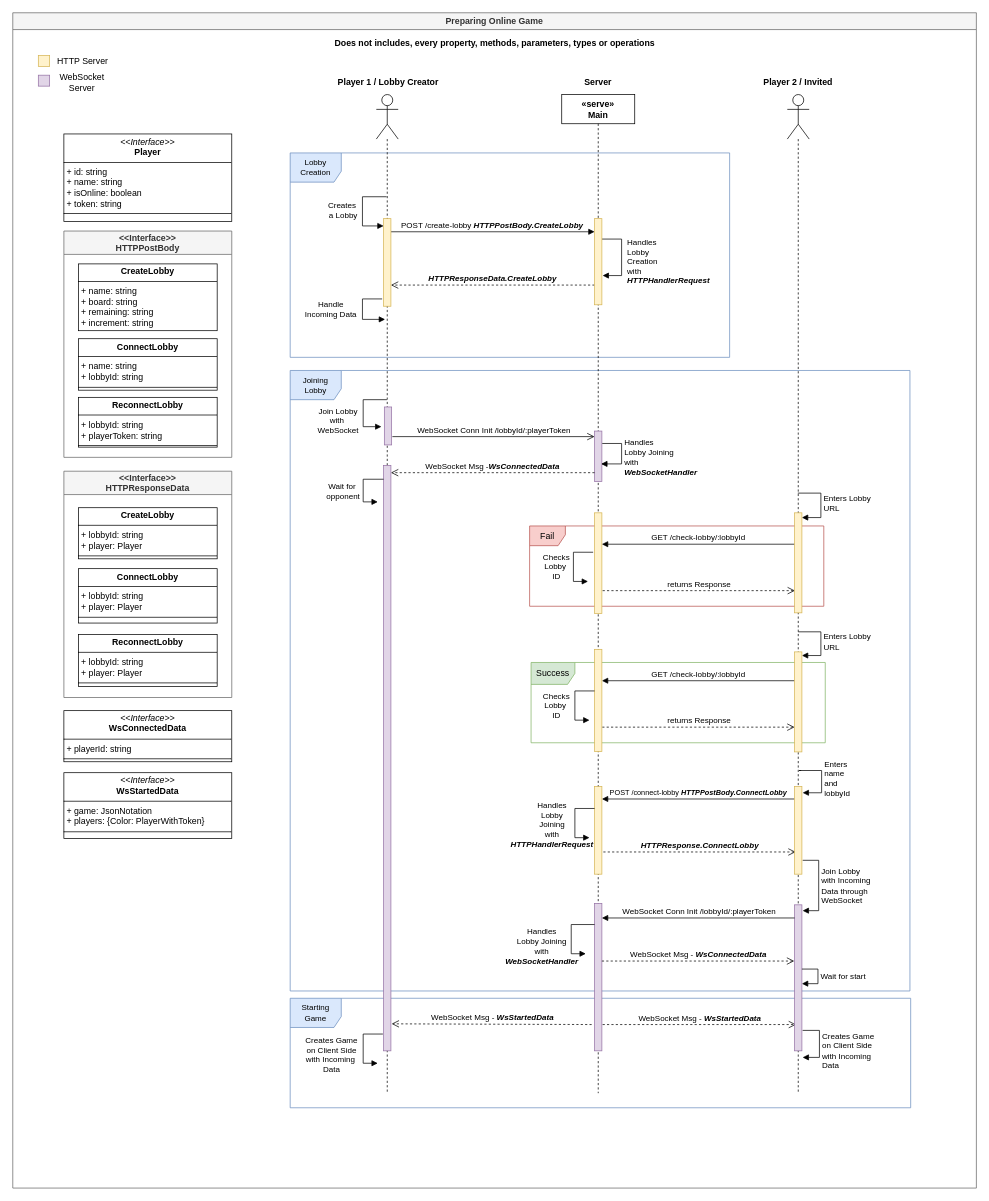
Above: page "Preparing-Online-Game" (3 of 5) of docs/chess-platform.drawio in bberkay/chess (draw.io), before the change. Source tidied: cells renumbered, new cells numbered last; positions are measured from the earlier drawing's top-left corner, leaving out a move shared by most shapes. Both pictures are drawn from the tidied source at 73%, with x=0, y=0 at pixel (12, 12).
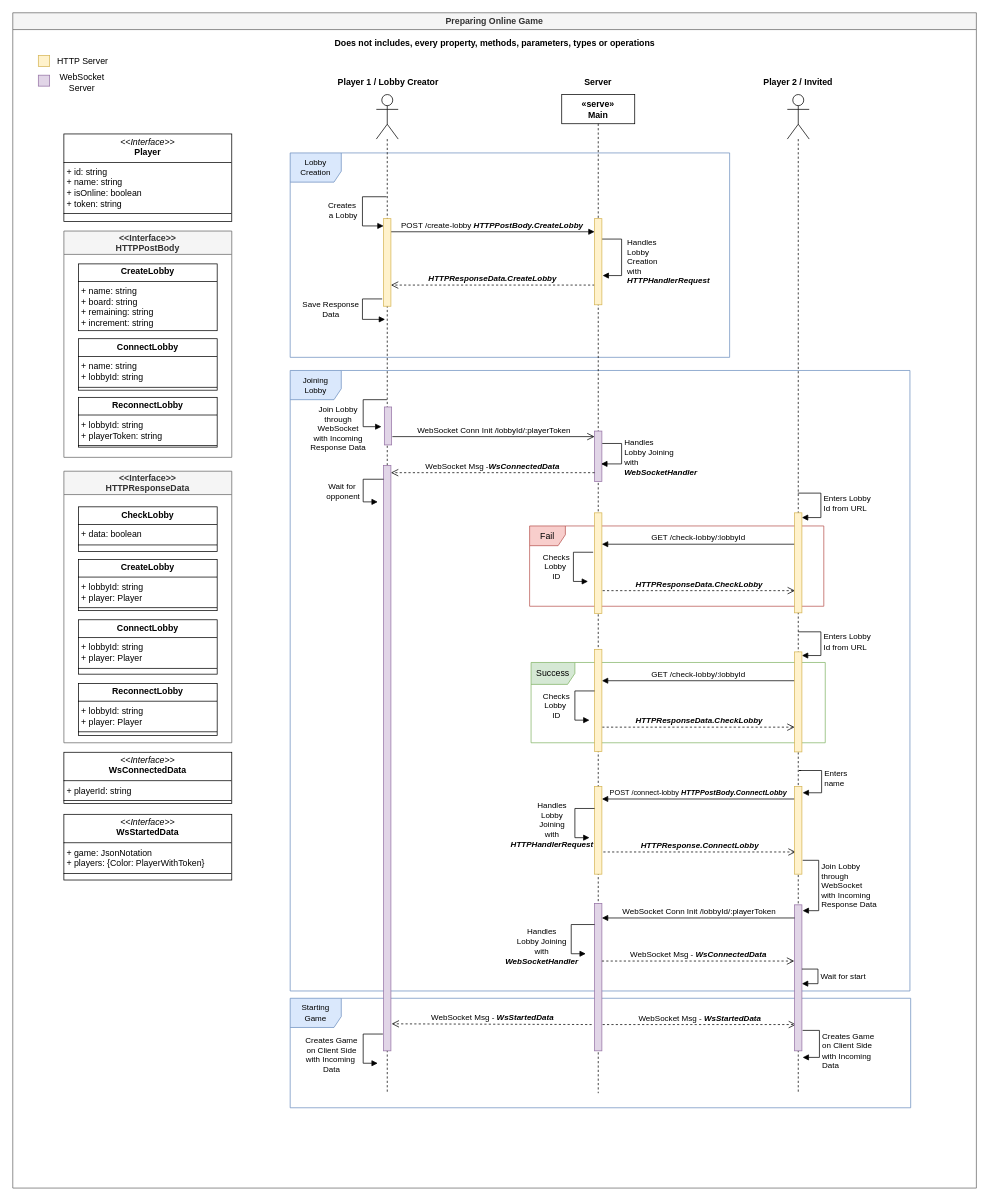
Above is the later version.

The change refers to these unchanged cells:
```xml
<mxCell id="2" value="Preparing Online Game" style="swimlane;fillColor=#f5f5f5;fontColor=#333333;strokeColor=#666666;" parent="1" vertex="1">
  <mxGeometry width="1320" height="1610" as="geometry" />
</mxCell>
```

Change to the diagram source:
```diff
@@
-    <mxCell id="23" value="returns Response" style="html=1;verticalAlign=bottom;endArrow=open;dashed=1;endSize=8;curved=0;rounded=0;exitX=1;exitY=1;exitDx=0;exitDy=-5;" parent="2" edge="1">
+    <mxCell id="23" value="&lt;i&gt;&lt;b&gt;HTTPResponseData.CheckLobby&lt;/b&gt;&lt;/i&gt;" style="html=1;verticalAlign=bottom;endArrow=open;dashed=1;endSize=8;curved=0;rounded=0;exitX=1;exitY=1;exitDx=0;exitDy=-5;" parent="2" edge="1">
       <mxGeometry relative="1" as="geometry">
         <mxPoint x="808" y="791.6" as="sourcePoint" />
         <mxPoint x="1071.5" y="791.6" as="targetPoint" />
       </mxGeometry>
     </mxCell>
@@
     <mxCell id="25" value="&lt;p style=&quot;margin:0px;margin-top:4px;text-align:center;&quot;&gt;&lt;i&gt;&amp;lt;&amp;lt;Interface&amp;gt;&amp;gt;&lt;/i&gt;&lt;br&gt;&lt;b&gt;WsStartedData&lt;/b&gt;&lt;/p&gt;&lt;hr size=&quot;1&quot; style=&quot;border-style:solid;&quot;&gt;&lt;p style=&quot;margin:0px;margin-left:4px;&quot;&gt;+ game: JsonNotation&lt;br&gt;+ players: {Color: PlayerWithToken}&lt;/p&gt;&lt;hr size=&quot;1&quot; style=&quot;border-style:solid;&quot;&gt;" style="verticalAlign=top;align=left;overflow=fill;html=1;whiteSpace=wrap;" parent="2" vertex="1">
-      <mxGeometry x="70" y="1041" width="230" height="90" as="geometry" />
+      <mxGeometry x="70" y="1098" width="230" height="90" as="geometry" />
     </mxCell>
     <mxCell id="26" value="&lt;p style=&quot;margin:0px;margin-top:4px;text-align:center;&quot;&gt;&lt;i&gt;&amp;lt;&amp;lt;Interface&amp;gt;&amp;gt;&lt;/i&gt;&lt;br&gt;&lt;b&gt;WsConnectedData&lt;/b&gt;&lt;/p&gt;&lt;hr size=&quot;1&quot; style=&quot;border-style:solid;&quot;&gt;&lt;p style=&quot;margin:0px;margin-left:4px;&quot;&gt;+ playerId: string&lt;/p&gt;&lt;hr size=&quot;1&quot; style=&quot;border-style:solid;&quot;&gt;" style="verticalAlign=top;align=left;overflow=fill;html=1;whiteSpace=wrap;" parent="2" vertex="1">
-      <mxGeometry x="70" y="956" width="230" height="70" as="geometry" />
+      <mxGeometry x="70" y="1013" width="230" height="70" as="geometry" />
     </mxCell>
@@
-    <mxCell id="29" value="&lt;div&gt;Join Lobby&amp;nbsp;&lt;/div&gt;&lt;div&gt;with Incoming&lt;/div&gt;&lt;div&gt;Data through&lt;/div&gt;&lt;div&gt;WebSocket&lt;/div&gt;" style="html=1;align=left;spacingLeft=2;endArrow=block;rounded=0;edgeStyle=orthogonalEdgeStyle;curved=0;rounded=0;" parent="2" edge="1">
+    <mxCell id="29" value="&lt;div&gt;Join Lobby&lt;/div&gt;&lt;div&gt;through&lt;/div&gt;&lt;div&gt;WebSocket&lt;/div&gt;&lt;div&gt;with Incoming&lt;/div&gt;&lt;div&gt;Response Data&lt;/div&gt;" style="html=1;align=left;spacingLeft=2;endArrow=block;rounded=0;edgeStyle=orthogonalEdgeStyle;curved=0;rounded=0;" parent="2" edge="1">
       <mxGeometry x="0.01" relative="1" as="geometry">
         <mxPoint x="1082" y="1161" as="sourcePoint" />
         <mxPoint x="1082" y="1230" as="targetPoint" />
         <Array as="points">
           <mxPoint x="1104" y="1161" />
           <mxPoint x="1104" y="1230" />
           <mxPoint x="1082" y="1230" />
         </Array>
       </mxGeometry>
     </mxCell>
@@
-    <mxCell id="38" value="&lt;div&gt;Enters Lobby&amp;nbsp;&lt;/div&gt;&lt;div&gt;URL&lt;br&gt;&lt;/div&gt;" style="html=1;align=left;spacingLeft=2;endArrow=block;rounded=0;edgeStyle=orthogonalEdgeStyle;curved=0;rounded=0;" parent="2" edge="1">
+    <mxCell id="38" value="&lt;div&gt;Enters Lobby&amp;nbsp;&lt;/div&gt;&lt;div&gt;Id from URL&lt;/div&gt;" style="html=1;align=left;spacingLeft=2;endArrow=block;rounded=0;edgeStyle=orthogonalEdgeStyle;curved=0;rounded=0;" parent="2" edge="1">
       <mxGeometry relative="1" as="geometry">
         <mxPoint x="1076" y="848" as="sourcePoint" />
         <mxPoint x="1081" y="880.5" as="targetPoint" />
         <Array as="points">
           <mxPoint x="1076" y="848" />
           <mxPoint x="1107" y="848" />
           <mxPoint x="1107" y="881" />
         </Array>
       </mxGeometry>
     </mxCell>
@@
-    <mxCell id="41" value="&lt;div&gt;Enters Lobby&amp;nbsp;&lt;/div&gt;&lt;div&gt;URL&lt;br&gt;&lt;/div&gt;" style="html=1;align=left;spacingLeft=2;endArrow=block;rounded=0;edgeStyle=orthogonalEdgeStyle;curved=0;rounded=0;" parent="2" edge="1">
+    <mxCell id="41" value="&lt;div&gt;Enters Lobby&amp;nbsp;&lt;/div&gt;&lt;div&gt;Id from URL&lt;/div&gt;" style="html=1;align=left;spacingLeft=2;endArrow=block;rounded=0;edgeStyle=orthogonalEdgeStyle;curved=0;rounded=0;" parent="2" edge="1">
       <mxGeometry x="0.01" relative="1" as="geometry">
         <mxPoint x="1075.4" y="658" as="sourcePoint" />
         <mxPoint x="1081" y="691.5" as="targetPoint" />
         <Array as="points">
           <mxPoint x="1107" y="658" />
           <mxPoint x="1107" y="692" />
         </Array>
       </mxGeometry>
     </mxCell>
@@
-    <mxCell id="43" value="&lt;div&gt;Enters&lt;/div&gt;&lt;div&gt;name&amp;nbsp;&lt;/div&gt;&lt;div&gt;and&lt;/div&gt;&lt;div&gt;lobbyId&lt;/div&gt;" style="html=1;align=left;spacingLeft=2;endArrow=block;rounded=0;edgeStyle=orthogonalEdgeStyle;curved=0;rounded=0;" parent="2" edge="1">
+    <mxCell id="43" value="&lt;div&gt;Enters&lt;/div&gt;&lt;div&gt;name&amp;nbsp;&lt;/div&gt;" style="html=1;align=left;spacingLeft=2;endArrow=block;rounded=0;edgeStyle=orthogonalEdgeStyle;curved=0;rounded=0;" parent="2" edge="1">
       <mxGeometry relative="1" as="geometry">
         <mxPoint x="1080" y="1038" as="sourcePoint" />
         <mxPoint x="1082" y="1068.5" as="targetPoint" />
         <Array as="points">
           <mxPoint x="1077" y="1038" />
           <mxPoint x="1108" y="1038" />
           <mxPoint x="1108" y="1069" />
         </Array>
       </mxGeometry>
     </mxCell>
@@
-    <mxCell id="50" value="&lt;div align=&quot;center&quot;&gt;Handle&lt;/div&gt;&lt;div align=&quot;center&quot;&gt;Incoming Data&lt;br&gt;&lt;/div&gt;" style="text;html=1;align=center;verticalAlign=middle;whiteSpace=wrap;rounded=0;fontSize=11;" parent="2" vertex="1">
+    <mxCell id="50" value="Save Response Data" style="text;html=1;align=center;verticalAlign=middle;whiteSpace=wrap;rounded=0;fontSize=11;" parent="2" vertex="1">
       <mxGeometry x="394" y="390" width="84" height="31" as="geometry" />
     </mxCell>
@@
-    <mxCell id="55" value="returns Response" style="html=1;verticalAlign=bottom;endArrow=open;dashed=1;endSize=8;curved=0;rounded=0;exitX=1;exitY=1;exitDx=0;exitDy=-5;" parent="2" edge="1">
+    <mxCell id="55" value="&lt;i&gt;&lt;b&gt;HTTPResponseData.&lt;/b&gt;&lt;/i&gt;&lt;i&gt;&lt;b&gt;CheckLobby&lt;/b&gt;&lt;/i&gt;" style="html=1;verticalAlign=bottom;endArrow=open;dashed=1;endSize=8;curved=0;rounded=0;exitX=1;exitY=1;exitDx=0;exitDy=-5;" parent="2" edge="1">
       <mxGeometry relative="1" as="geometry">
         <mxPoint x="807.5" y="978.6" as="sourcePoint" />
         <mxPoint x="1071" y="978.6" as="targetPoint" />
       </mxGeometry>
     </mxCell>
     <mxCell id="56" value="&lt;&lt;Interface&gt;&gt;&#10;HTTPResponseData" style="swimlane;startSize=32;fillColor=#f5f5f5;fontColor=#333333;strokeColor=#666666;" parent="2" vertex="1">
-      <mxGeometry x="70" y="628" width="230" height="310" as="geometry" />
+      <mxGeometry x="70" y="628" width="230" height="372" as="geometry" />
     </mxCell>
-    <mxCell id="57" value="&lt;p style=&quot;margin:0px;margin-top:4px;text-align:center;&quot;&gt;&lt;b&gt;CreateLobby&lt;/b&gt;&lt;/p&gt;&lt;hr size=&quot;1&quot; style=&quot;border-style:solid;&quot;&gt;&lt;p style=&quot;margin:0px;margin-left:4px;&quot;&gt;+ lobbyId: string&lt;br&gt;+ player: Player&lt;/p&gt;&lt;hr size=&quot;1&quot; style=&quot;border-style:solid;&quot;&gt;" style="verticalAlign=top;align=left;overflow=fill;html=1;whiteSpace=wrap;" parent="56" vertex="1">
-      <mxGeometry x="20" y="50" width="190" height="70" as="geometry" />
-    </mxCell>
-    <mxCell id="58" value="&lt;p style=&quot;margin:0px;margin-top:4px;text-align:center;&quot;&gt;&lt;b&gt;ConnectLobby&lt;/b&gt;&lt;/p&gt;&lt;hr size=&quot;1&quot; style=&quot;border-style:solid;&quot;&gt;&lt;p style=&quot;margin:0px;margin-left:4px;&quot;&gt;+ lobbyId: string&lt;br&gt;+ player: Player&lt;/p&gt;&lt;hr size=&quot;1&quot; style=&quot;border-style:solid;&quot;&gt;" style="verticalAlign=top;align=left;overflow=fill;html=1;whiteSpace=wrap;" parent="56" vertex="1">
-      <mxGeometry x="20" y="133.5" width="190" height="74.5" as="geometry" />
-    </mxCell>
-    <mxCell id="59" value="&lt;p style=&quot;margin:0px;margin-top:4px;text-align:center;&quot;&gt;&lt;b&gt;ReconnectLobby&lt;/b&gt;&lt;/p&gt;&lt;hr size=&quot;1&quot; style=&quot;border-style:solid;&quot;&gt;&lt;p style=&quot;margin:0px;margin-left:4px;&quot;&gt;+ lobbyId: string&lt;br&gt;+ player: Player&lt;/p&gt;&lt;hr size=&quot;1&quot; style=&quot;border-style:solid;&quot;&gt;" style="verticalAlign=top;align=left;overflow=fill;html=1;whiteSpace=wrap;" parent="56" vertex="1">
-      <mxGeometry x="20" y="223.8" width="190" height="71.2" as="geometry" />
-    </mxCell>
+    <mxCell id="83" value="&lt;p style=&quot;margin:0px;margin-top:4px;text-align:center;&quot;&gt;&lt;b&gt;CheckLobby&lt;/b&gt;&lt;/p&gt;&lt;hr size=&quot;1&quot; style=&quot;border-style:solid;&quot;&gt;&lt;p style=&quot;margin:0px;margin-left:4px;&quot;&gt;+ data: boolean&lt;/p&gt;&lt;hr size=&quot;1&quot; style=&quot;border-style:solid;&quot;&gt;" style="verticalAlign=top;align=left;overflow=fill;html=1;whiteSpace=wrap;" parent="56" vertex="1">
+      <mxGeometry x="20" y="48.8" width="190" height="61.2" as="geometry" />
+    </mxCell>
@@
-    <mxCell id="68" value="&lt;div&gt;Join Lobby&lt;/div&gt;&lt;div&gt;with&amp;nbsp;&lt;/div&gt;&lt;div&gt;WebSocket&lt;/div&gt;" style="text;html=1;align=center;verticalAlign=middle;whiteSpace=wrap;rounded=0;fontSize=11;" parent="2" vertex="1">
-      <mxGeometry x="404" y="543" width="84" height="31" as="geometry" />
+    <mxCell id="68" value="&lt;div&gt;Join Lobby&lt;/div&gt;&lt;div&gt;through&lt;/div&gt;&lt;div&gt;WebSocket&lt;/div&gt;&lt;div&gt;with Incoming Response Data&lt;/div&gt;" style="text;html=1;align=center;verticalAlign=middle;whiteSpace=wrap;rounded=0;fontSize=11;" parent="2" vertex="1">
+      <mxGeometry x="404" y="554" width="84" height="31" as="geometry" />
     </mxCell>
@@
+    <mxCell id="57" value="&lt;p style=&quot;margin:0px;margin-top:4px;text-align:center;&quot;&gt;&lt;b&gt;CreateLobby&lt;/b&gt;&lt;/p&gt;&lt;hr size=&quot;1&quot; style=&quot;border-style:solid;&quot;&gt;&lt;p style=&quot;margin:0px;margin-left:4px;&quot;&gt;+ lobbyId: string&lt;br&gt;+ player: Player&lt;/p&gt;&lt;hr size=&quot;1&quot; style=&quot;border-style:solid;&quot;&gt;" style="verticalAlign=top;align=left;overflow=fill;html=1;whiteSpace=wrap;" parent="1" vertex="1">
+      <mxGeometry x="90" y="749" width="190" height="70" as="geometry" />
+    </mxCell>
+    <mxCell id="58" value="&lt;p style=&quot;margin:0px;margin-top:4px;text-align:center;&quot;&gt;&lt;b&gt;ConnectLobby&lt;/b&gt;&lt;/p&gt;&lt;hr size=&quot;1&quot; style=&quot;border-style:solid;&quot;&gt;&lt;p style=&quot;margin:0px;margin-left:4px;&quot;&gt;+ lobbyId: string&lt;br&gt;+ player: Player&lt;/p&gt;&lt;hr size=&quot;1&quot; style=&quot;border-style:solid;&quot;&gt;" style="verticalAlign=top;align=left;overflow=fill;html=1;whiteSpace=wrap;" parent="1" vertex="1">
+      <mxGeometry x="90" y="831.5" width="190" height="74.5" as="geometry" />
+    </mxCell>
+    <mxCell id="59" value="&lt;p style=&quot;margin:0px;margin-top:4px;text-align:center;&quot;&gt;&lt;b&gt;ReconnectLobby&lt;/b&gt;&lt;/p&gt;&lt;hr size=&quot;1&quot; style=&quot;border-style:solid;&quot;&gt;&lt;p style=&quot;margin:0px;margin-left:4px;&quot;&gt;+ lobbyId: string&lt;br&gt;+ player: Player&lt;/p&gt;&lt;hr size=&quot;1&quot; style=&quot;border-style:solid;&quot;&gt;" style="verticalAlign=top;align=left;overflow=fill;html=1;whiteSpace=wrap;" parent="1" vertex="1">
+      <mxGeometry x="90" y="918.8" width="190" height="71.2" as="geometry" />
+    </mxCell>
```
